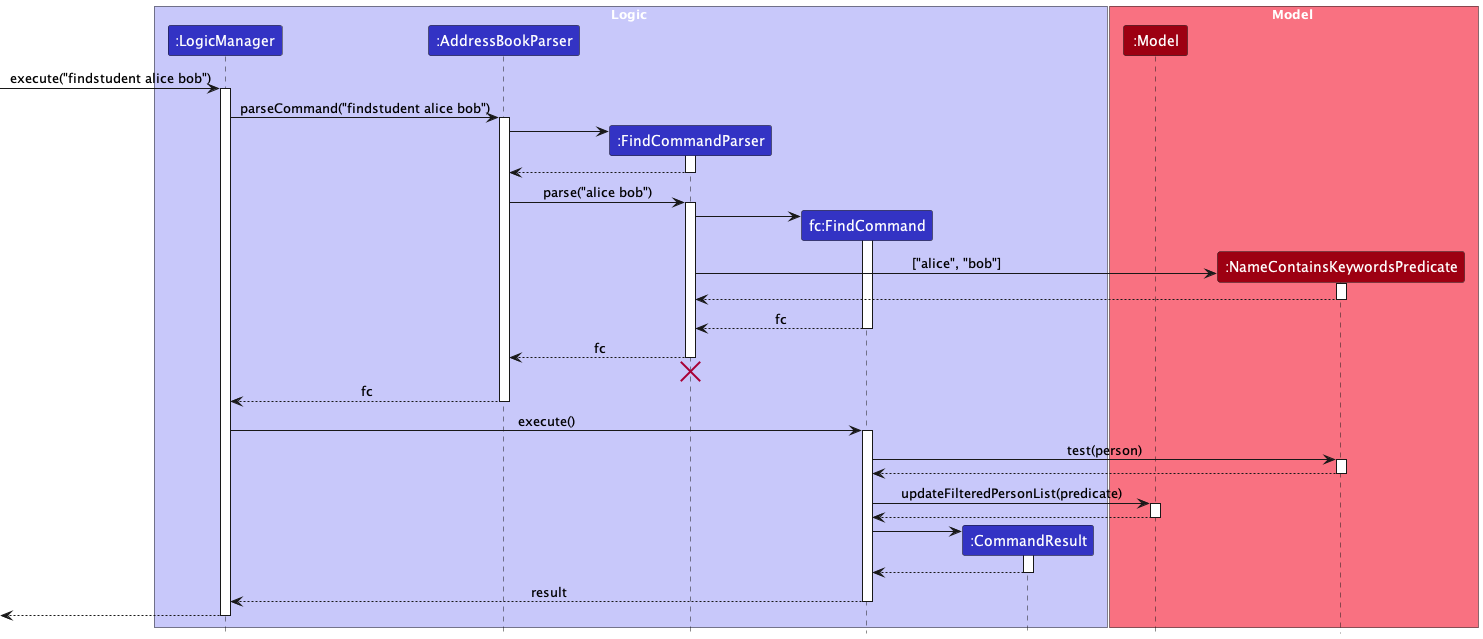
The PlantUML diagram docs/images/FindStudentSequenceDiagram.png in tanteckfang/tp, before a commit. Its diagram source:
```plantuml
@startuml
!include style.puml
skinparam ArrowFontStyle plain

box Logic LOGIC_COLOR_T1
participant ":LogicManager" as LogicManager LOGIC_COLOR
participant ":AddressBookParser" as AddressBookParser LOGIC_COLOR
participant ":FindCommandParser" as FindCommandParser LOGIC_COLOR
participant "fc:FindCommand" as FindCommand LOGIC_COLOR
participant ":CommandResult" as CommandResult LOGIC_COLOR
end box

box Model MODEL_COLOR_T1
participant ":Model" as Model MODEL_COLOR
participant ":NameContainsKeywordsPredicate" as NamePredicate MODEL_COLOR
end box

[-> LogicManager : execute("findstudent alice bob")
activate LogicManager

LogicManager -> AddressBookParser : parseCommand("findstudent alice bob")
activate AddressBookParser

create FindCommandParser
AddressBookParser -> FindCommandParser
activate FindCommandParser

FindCommandParser --> AddressBookParser
deactivate FindCommandParser

AddressBookParser -> FindCommandParser : parse("alice bob")
activate FindCommandParser

create FindCommand
FindCommandParser -> FindCommand
activate FindCommand

create NamePredicate
FindCommandParser -> NamePredicate : ["alice", "bob"]
activate NamePredicate

NamePredicate --> FindCommandParser
deactivate NamePredicate

FindCommand --> FindCommandParser : fc
deactivate FindCommand

FindCommandParser --> AddressBookParser : fc
deactivate FindCommandParser
FindCommandParser -[hidden]-> AddressBookParser
destroy FindCommandParser

AddressBookParser --> LogicManager : fc
deactivate AddressBookParser

LogicManager -> FindCommand : execute()
activate FindCommand

FindCommand -> NamePredicate : test(person)
activate NamePredicate

NamePredicate --> FindCommand
deactivate NamePredicate

FindCommand -> Model : updateFilteredPersonList(predicate)
activate Model

Model --> FindCommand
deactivate Model

create CommandResult
FindCommand -> CommandResult
activate CommandResult

CommandResult --> FindCommand
deactivate CommandResult

FindCommand --> LogicManager : result
deactivate FindCommand

[<--LogicManager
deactivate LogicManager
@enduml
```
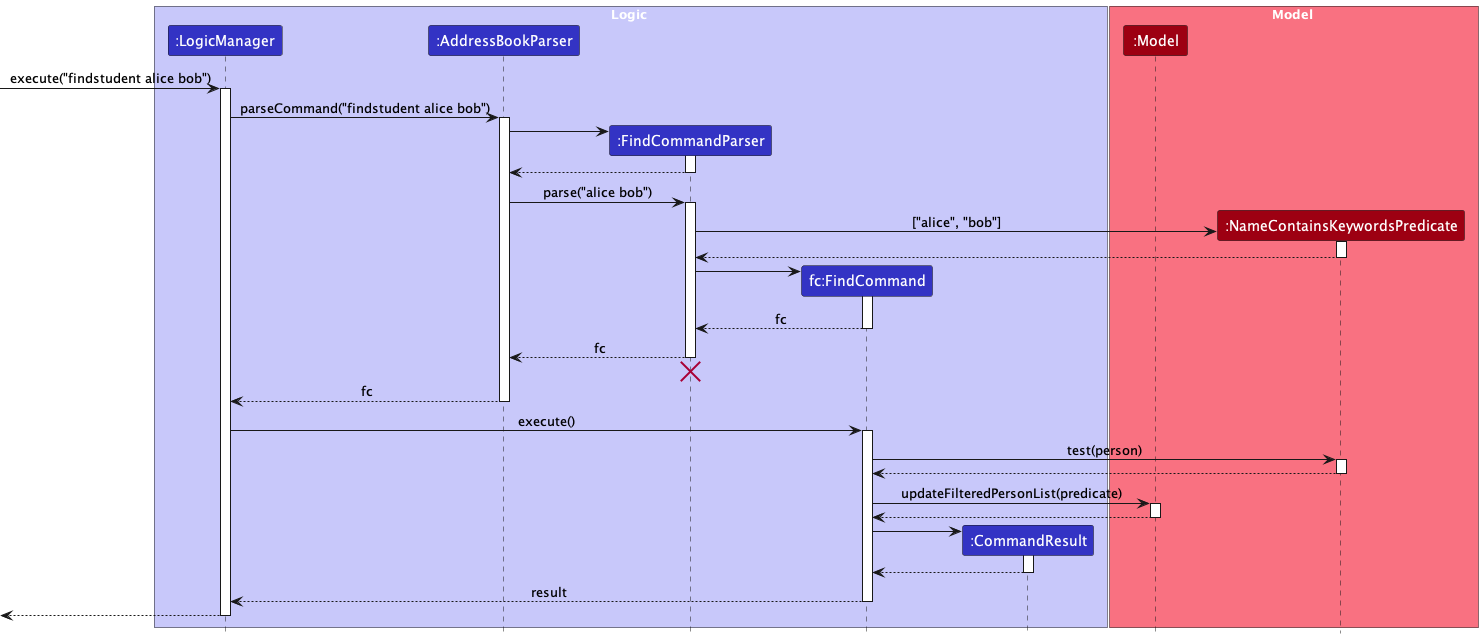
Later version of the same file.

The edit, as a diff of the source:
```diff
@@ -31,16 +31,16 @@
 AddressBookParser -> FindCommandParser : parse("alice bob")
 activate FindCommandParser
 
-create FindCommand
-FindCommandParser -> FindCommand
-activate FindCommand
-
 create NamePredicate
 FindCommandParser -> NamePredicate : ["alice", "bob"]
 activate NamePredicate
 
 NamePredicate --> FindCommandParser
 deactivate NamePredicate
+
+create FindCommand
+FindCommandParser -> FindCommand
+activate FindCommand
 
 FindCommand --> FindCommandParser : fc
 deactivate FindCommand
```
